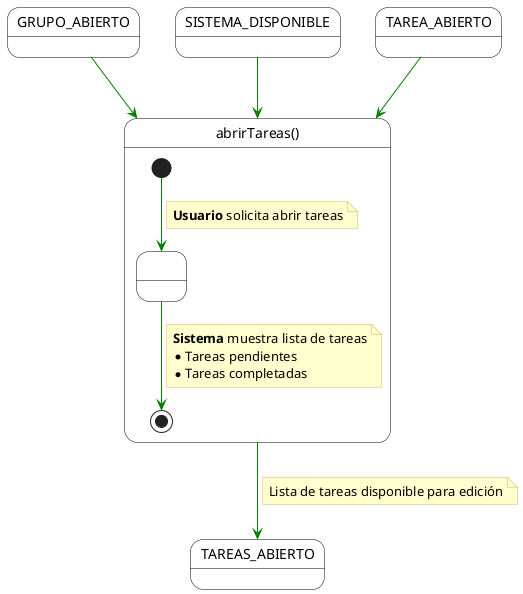
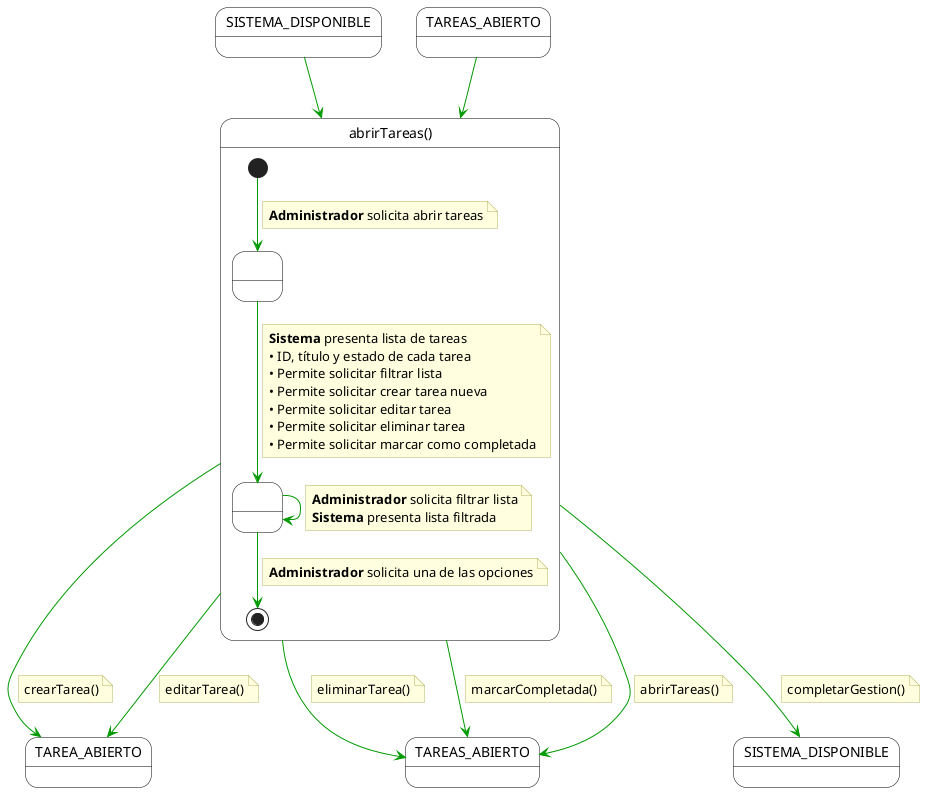
@startuml abrirTareas
+ skinparam monochrome false
+ skinparam shadow false
+ top to bottom direction
+ 
skinparam state {
    BackgroundColor White
    BorderColor Black
-     ArrowColor #008000
- }
- skinparam note {
-     BackgroundColor #FEFECE
-     BorderColor #D7B75F
+     ArrowColor #009900
+     StartColor Black
+     EndColor Black
}

- state GRUPO_ABIERTO
- state SISTEMA_DISPONIBLE
- state TAREA_ABIERTO
+ skinparam note {
+     BackgroundColor #FFFFE0
+     BorderColor #B0B060
+     FontName Arial
+ }

- state "abrirTareas()" as abrirTareas {
-     state " " as Inicio <<start>>
-     state " " as Intermedio
-     state " " as Fin <<end>>
+ state "SISTEMA_DISPONIBLE" as Inicio
+ state "TAREAS_ABIERTO" as EntradaLista

-     Inicio --> Intermedio
+ state "abrirTareas()" as AbrirTareasContainer {
+     top to bottom direction
+ 
+     state " " as PasoInicial
+     state " " as PasoLista
+ 
+     [*] --> PasoInicial
    note on link
-         <b>Usuario</b> solicita abrir tareas
+         **Administrador** solicita abrir tareas
    end note

-     Intermedio --> Fin
+     PasoInicial --> PasoLista
    note on link
-         <b>Sistema</b> muestra lista de tareas
-         * Tareas pendientes
-         * Tareas completadas
+         **Sistema** presenta lista de tareas
+         • ID, título y estado de cada tarea
+         • Permite solicitar filtrar lista
+         • Permite solicitar crear tarea nueva
+         • Permite solicitar editar tarea
+         • Permite solicitar eliminar tarea
+         • Permite solicitar marcar como completada
+     end note
+ 
+     PasoLista -right-> PasoLista
+     note on link
+         **Administrador** solicita filtrar lista
+         **Sistema** presenta lista filtrada
+     end note
+ 
+     PasoLista --> [*]
+     note on link
+         **Administrador** solicita una de las opciones
    end note
}

- state TAREAS_ABIERTO
+ state "TAREA_ABIERTO" as FinDetalle
+ state "TAREAS_ABIERTO" as SalidaLista
+ state "SISTEMA_DISPONIBLE" as SalidaSistema

- GRUPO_ABIERTO --> abrirTareas
- SISTEMA_DISPONIBLE--> abrirTareas
- TAREA_ABIERTO --> abrirTareas
- abrirTareas --> TAREAS_ABIERTO
+ Inicio --> AbrirTareasContainer
+ EntradaLista --> AbrirTareasContainer
+ 
+ AbrirTareasContainer --> FinDetalle
note on link
-     Lista de tareas disponible para edición
+   crearTarea()
end note
+ 
+ AbrirTareasContainer --> FinDetalle
+ note on link
+   editarTarea()
+ end note
+ 
+ AbrirTareasContainer --> SalidaLista
+ note on link
+   eliminarTarea()
+ end note
+ 
+ AbrirTareasContainer --> SalidaLista
+ note on link
+   marcarCompletada()
+ end note
+ 
+ AbrirTareasContainer --> SalidaLista
+ note on link
+   abrirTareas()
+ end note
+ 
+ AbrirTareasContainer --> SalidaSistema
+ note on link
+   completarGestion()
+ end note
+ 
@enduml